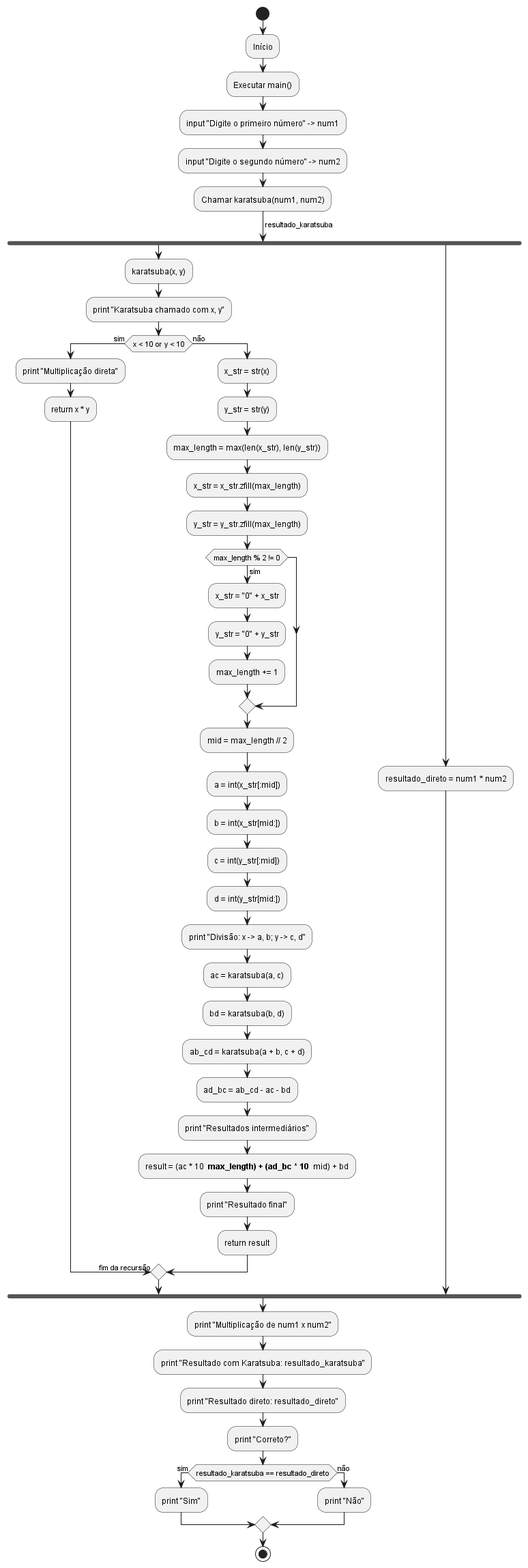
The PlantUML diagram GraficoDeFluxo.png in DaviAguilar/trabalho_individual_1_FPAA, before a commit. The source it was exported from:
```plantuml
@startuml
skinparam monochrome true

start
:Início;

:Executar main();

:input "Digite o primeiro número" -> num1;
:input "Digite o segundo número" -> num2;

:Chamar karatsuba(num1, num2);
-> resultado_karatsuba;

fork
  :karatsuba(x, y);
  :print "Karatsuba chamado com x, y";

  if (x < 10 or y < 10) then (sim)
    :print "Multiplicação direta";
    :return x * y;
    -> fim da recursão;
  else (não)
    :x_str = str(x);
    :y_str = str(y);
    :max_length = max(len(x_str), len(y_str));
    :x_str = x_str.zfill(max_length);
    :y_str = y_str.zfill(max_length);

    if (max_length % 2 != 0) then (sim)
      :x_str = "0" + x_str;
      :y_str = "0" + y_str;
      :max_length += 1;
    endif

    :mid = max_length // 2;
    :a = int(x_str[:mid]);
    :b = int(x_str[mid:]);
    :c = int(y_str[:mid]);
    :d = int(y_str[mid:]);
    :print "Divisão: x -> a, b; y -> c, d";

    :ac = karatsuba(a, c);
    :bd = karatsuba(b, d);
    :ab_cd = karatsuba(a + b, c + d);
    :ad_bc = ab_cd - ac - bd;
    :print "Resultados intermediários";

    :result = (ac * 10 ** max_length) + (ad_bc * 10 ** mid) + bd;
    :print "Resultado final";
    :return result;
  endif
fork again
  :resultado_direto = num1 * num2;
endfork

:print "Multiplicação de num1 x num2";
:print "Resultado com Karatsuba: resultado_karatsuba";
:print "Resultado direto: resultado_direto";
:print "Correto?";

if (resultado_karatsuba == resultado_direto) then (sim)
  :print "Sim";
else (não)
  :print "Não";
endif

stop

@enduml
```
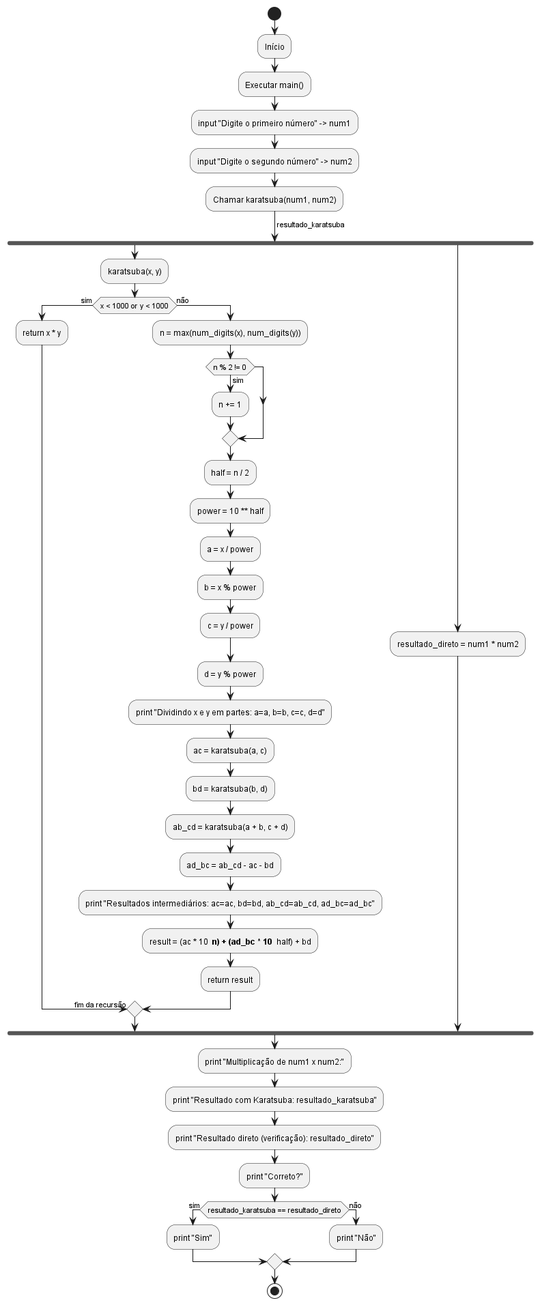
After the commit.

Commit message:
Refactor: imagens e grafico de fluxo

Change to the diagram source:
```diff
@@ -14,51 +14,40 @@
 
 fork
   :karatsuba(x, y);
-  :print "Karatsuba chamado com x, y";
-
-  if (x < 10 or y < 10) then (sim)
-    :print "Multiplicação direta";
+  if (x < 1000 or y < 1000) then (sim)
     :return x * y;
     -> fim da recursão;
   else (não)
-    :x_str = str(x);
-    :y_str = str(y);
-    :max_length = max(len(x_str), len(y_str));
-    :x_str = x_str.zfill(max_length);
-    :y_str = y_str.zfill(max_length);
-
-    if (max_length % 2 != 0) then (sim)
-      :x_str = "0" + x_str;
-      :y_str = "0" + y_str;
-      :max_length += 1;
+    :n = max(num_digits(x), num_digits(y));
+    if (n % 2 != 0) then (sim)
+      :n += 1;
     endif
 
-    :mid = max_length // 2;
-    :a = int(x_str[:mid]);
-    :b = int(x_str[mid:]);
-    :c = int(y_str[:mid]);
-    :d = int(y_str[mid:]);
-    :print "Divisão: x -> a, b; y -> c, d";
+    :half = n / 2;
+    :power = 10 ** half;
+    :a = x / power;
+    :b = x % power;
+    :c = y / power;
+    :d = y % power;
+    :print "Dividindo x e y em partes: a=a, b=b, c=c, d=d";
 
     :ac = karatsuba(a, c);
     :bd = karatsuba(b, d);
     :ab_cd = karatsuba(a + b, c + d);
     :ad_bc = ab_cd - ac - bd;
-    :print "Resultados intermediários";
+    :print "Resultados intermediários: ac=ac, bd=bd, ab_cd=ab_cd, ad_bc=ad_bc";
 
-    :result = (ac * 10 ** max_length) + (ad_bc * 10 ** mid) + bd;
-    :print "Resultado final";
+    :result = (ac * 10 ** n) + (ad_bc * 10 ** half) + bd;
     :return result;
   endif
 fork again
   :resultado_direto = num1 * num2;
 endfork
 
-:print "Multiplicação de num1 x num2";
+:print "Multiplicação de num1 x num2:";
 :print "Resultado com Karatsuba: resultado_karatsuba";
-:print "Resultado direto: resultado_direto";
+:print "Resultado direto (verificação): resultado_direto";
 :print "Correto?";
-
 if (resultado_karatsuba == resultado_direto) then (sim)
   :print "Sim";
 else (não)
```
